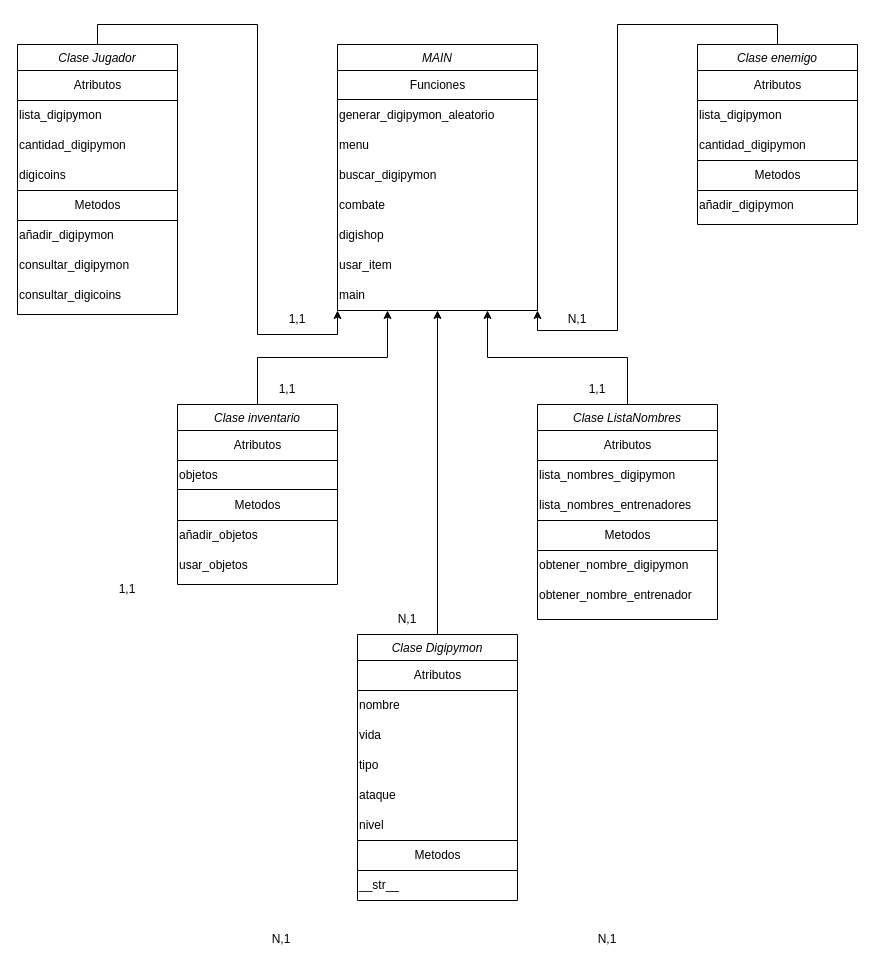
Earlier version of the draw.io diagram DiagramaFinal.drawio (fcb0007/Digipymon). Source tidied: cells renumbered, new cells numbered last; positions are measured from the earlier drawing's top-left corner, leaving out a move shared by most shapes. Both pictures are drawn from the tidied source at 100%, with x=0, y=0 at pixel (17, 44).
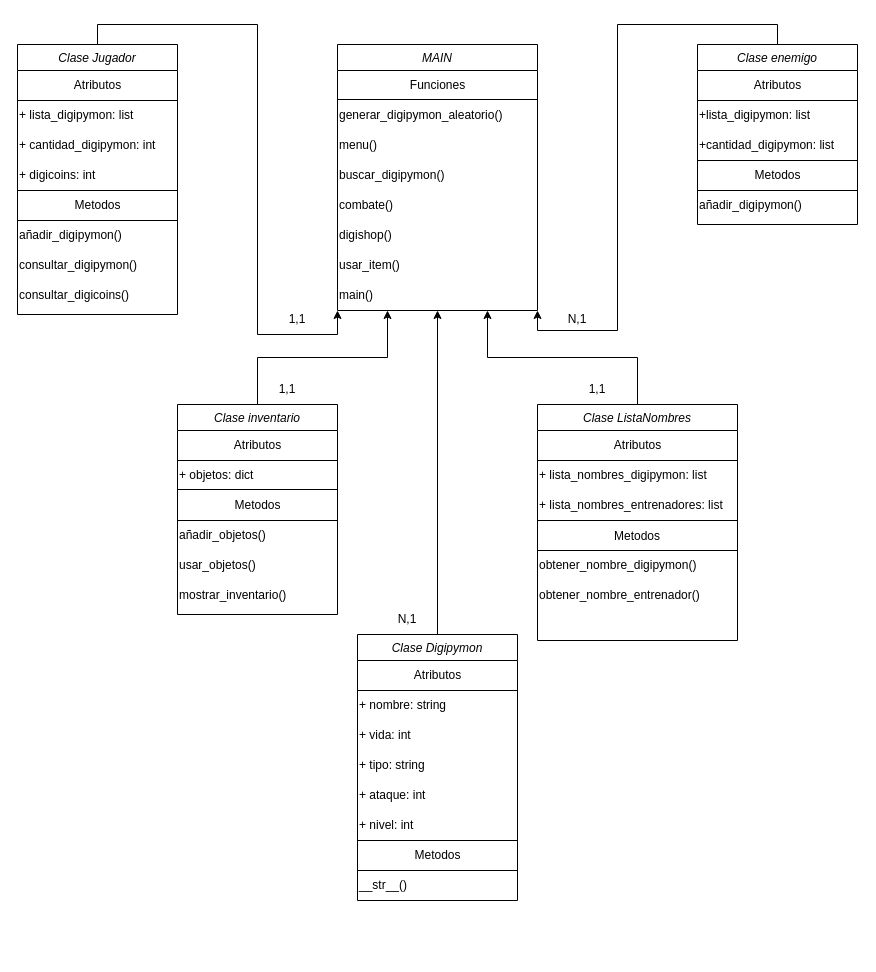
The same page after the edit.

Commit message (it also covers changes not shown here):
Finalización del proyecto

Unchanged cells that the change refers to:
```xml
<mxCell id="3" value="Clase Jugador" style="swimlane;fontStyle=2;align=center;verticalAlign=top;horizontal=1;startSize=26;rounded=0;shadow=0;strokeWidth=1;" parent="1" vertex="1">
  <mxGeometry width="160" height="270" as="geometry" />
</mxCell>
<mxCell id="15" value="MAIN" style="swimlane;fontStyle=2;align=center;verticalAlign=top;horizontal=1;startSize=26;rounded=0;shadow=0;strokeWidth=1;" parent="1" vertex="1">
  <mxGeometry x="320" width="200" height="266" as="geometry" />
</mxCell>
<mxCell id="26" value="Clase enemigo" style="swimlane;fontStyle=2;align=center;verticalAlign=top;horizontal=1;startSize=26;rounded=0;shadow=0;strokeWidth=1;" parent="1" vertex="1">
  <mxGeometry x="680" width="160" height="180" as="geometry" />
</mxCell>
<mxCell id="46" value="Clase Digipymon" style="swimlane;fontStyle=2;align=center;verticalAlign=top;horizontal=1;startSize=26;rounded=0;shadow=0;strokeWidth=1;" parent="1" vertex="1">
  <mxGeometry x="340" y="590" width="160" height="266" as="geometry" />
</mxCell>
```

The edit, as a diff of the source:
```diff
@@
-    <mxCell id="5" value="lista_digipymon" style="text;html=1;align=left;verticalAlign=middle;whiteSpace=wrap;rounded=0;" parent="3" vertex="1">
+    <mxCell id="5" value="+ lista_digipymon: list" style="text;html=1;align=left;verticalAlign=middle;whiteSpace=wrap;rounded=0;" parent="3" vertex="1">
       <mxGeometry y="56" width="160" height="30" as="geometry" />
     </mxCell>
-    <mxCell id="6" value="cantidad_digipymon" style="text;html=1;align=left;verticalAlign=middle;whiteSpace=wrap;rounded=0;" parent="3" vertex="1">
+    <mxCell id="6" value="+ cantidad_digipymon: int" style="text;html=1;align=left;verticalAlign=middle;whiteSpace=wrap;rounded=0;" parent="3" vertex="1">
       <mxGeometry y="86" width="160" height="30" as="geometry" />
     </mxCell>
-    <mxCell id="7" value="digicoins" style="text;html=1;align=left;verticalAlign=middle;whiteSpace=wrap;rounded=0;" parent="3" vertex="1">
+    <mxCell id="7" value="+ digicoins: int" style="text;html=1;align=left;verticalAlign=middle;whiteSpace=wrap;rounded=0;" parent="3" vertex="1">
       <mxGeometry y="116" width="160" height="30" as="geometry" />
     </mxCell>
@@
-    <mxCell id="12" value="añadir_digipymon" style="text;html=1;align=left;verticalAlign=middle;whiteSpace=wrap;rounded=0;" parent="3" vertex="1">
+    <mxCell id="12" value="añadir_digipymon()" style="text;html=1;align=left;verticalAlign=middle;whiteSpace=wrap;rounded=0;" parent="3" vertex="1">
       <mxGeometry y="176" width="160" height="30" as="geometry" />
     </mxCell>
-    <mxCell id="13" value="consultar_digipymon" style="text;html=1;align=left;verticalAlign=middle;whiteSpace=wrap;rounded=0;" parent="3" vertex="1">
+    <mxCell id="13" value="consultar_digipymon()" style="text;html=1;align=left;verticalAlign=middle;whiteSpace=wrap;rounded=0;" parent="3" vertex="1">
       <mxGeometry y="206" width="160" height="30" as="geometry" />
     </mxCell>
-    <mxCell id="14" value="consultar_digicoins" style="text;html=1;align=left;verticalAlign=middle;whiteSpace=wrap;rounded=0;" parent="3" vertex="1">
+    <mxCell id="14" value="consultar_digicoins()" style="text;html=1;align=left;verticalAlign=middle;whiteSpace=wrap;rounded=0;" parent="3" vertex="1">
       <mxGeometry y="236" width="160" height="30" as="geometry" />
     </mxCell>
@@
-    <mxCell id="18" value="generar_digipymon_aleatorio" style="text;html=1;align=left;verticalAlign=middle;whiteSpace=wrap;rounded=0;" parent="15" vertex="1">
+    <mxCell id="18" value="generar_digipymon_aleatorio()" style="text;html=1;align=left;verticalAlign=middle;whiteSpace=wrap;rounded=0;" parent="15" vertex="1">
       <mxGeometry y="56" width="200" height="30" as="geometry" />
     </mxCell>
-    <mxCell id="19" value="menu" style="text;html=1;align=left;verticalAlign=middle;whiteSpace=wrap;rounded=0;" parent="15" vertex="1">
+    <mxCell id="19" value="menu()" style="text;html=1;align=left;verticalAlign=middle;whiteSpace=wrap;rounded=0;" parent="15" vertex="1">
       <mxGeometry y="86" width="200" height="30" as="geometry" />
     </mxCell>
-    <mxCell id="20" value="buscar_digipymon" style="text;html=1;align=left;verticalAlign=middle;whiteSpace=wrap;rounded=0;" parent="15" vertex="1">
+    <mxCell id="20" value="buscar_digipymon()" style="text;html=1;align=left;verticalAlign=middle;whiteSpace=wrap;rounded=0;" parent="15" vertex="1">
       <mxGeometry y="116" width="200" height="30" as="geometry" />
     </mxCell>
-    <mxCell id="21" value="combate" style="text;html=1;align=left;verticalAlign=middle;whiteSpace=wrap;rounded=0;" parent="15" vertex="1">
+    <mxCell id="21" value="combate()" style="text;html=1;align=left;verticalAlign=middle;whiteSpace=wrap;rounded=0;" parent="15" vertex="1">
       <mxGeometry y="146" width="200" height="30" as="geometry" />
     </mxCell>
-    <mxCell id="22" value="digishop" style="text;html=1;align=left;verticalAlign=middle;whiteSpace=wrap;rounded=0;" parent="15" vertex="1">
+    <mxCell id="22" value="digishop()" style="text;html=1;align=left;verticalAlign=middle;whiteSpace=wrap;rounded=0;" parent="15" vertex="1">
       <mxGeometry y="176" width="200" height="30" as="geometry" />
     </mxCell>
-    <mxCell id="23" value="usar_item" style="text;html=1;align=left;verticalAlign=middle;whiteSpace=wrap;rounded=0;" parent="15" vertex="1">
+    <mxCell id="23" value="usar_item()" style="text;html=1;align=left;verticalAlign=middle;whiteSpace=wrap;rounded=0;" parent="15" vertex="1">
       <mxGeometry y="206" width="200" height="30" as="geometry" />
     </mxCell>
-    <mxCell id="24" value="main" style="text;html=1;align=left;verticalAlign=middle;whiteSpace=wrap;rounded=0;" parent="15" vertex="1">
+    <mxCell id="24" value="main()" style="text;html=1;align=left;verticalAlign=middle;whiteSpace=wrap;rounded=0;" parent="15" vertex="1">
       <mxGeometry y="236" width="200" height="30" as="geometry" />
     </mxCell>
@@
-    <mxCell id="28" value="lista_digipymon" style="text;html=1;align=left;verticalAlign=middle;whiteSpace=wrap;rounded=0;" parent="26" vertex="1">
+    <mxCell id="28" value="+lista_digipymon: list" style="text;html=1;align=left;verticalAlign=middle;whiteSpace=wrap;rounded=0;" parent="26" vertex="1">
       <mxGeometry y="56" width="160" height="30" as="geometry" />
     </mxCell>
-    <mxCell id="29" value="cantidad_digipymon" style="text;html=1;align=left;verticalAlign=middle;whiteSpace=wrap;rounded=0;" parent="26" vertex="1">
+    <mxCell id="29" value="+cantidad_digipymon: list" style="text;html=1;align=left;verticalAlign=middle;whiteSpace=wrap;rounded=0;" parent="26" vertex="1">
       <mxGeometry y="86" width="160" height="30" as="geometry" />
     </mxCell>
@@
-    <mxCell id="34" value="añadir_digipymon" style="text;html=1;align=left;verticalAlign=middle;whiteSpace=wrap;rounded=0;" parent="26" vertex="1">
+    <mxCell id="34" value="añadir_digipymon()" style="text;html=1;align=left;verticalAlign=middle;whiteSpace=wrap;rounded=0;" parent="26" vertex="1">
       <mxGeometry y="146" width="160" height="30" as="geometry" />
     </mxCell>
@@
     <mxCell id="36" value="Clase inventario" style="swimlane;fontStyle=2;align=center;verticalAlign=top;horizontal=1;startSize=26;rounded=0;shadow=0;strokeWidth=1;" parent="1" vertex="1">
-      <mxGeometry x="160" y="360" width="160" height="180" as="geometry" />
+      <mxGeometry x="160" y="360" width="160" height="210" as="geometry" />
     </mxCell>
@@
-    <mxCell id="38" value="objetos" style="text;html=1;align=left;verticalAlign=middle;whiteSpace=wrap;rounded=0;" parent="36" vertex="1">
+    <mxCell id="38" value="+ objetos: dict" style="text;html=1;align=left;verticalAlign=middle;whiteSpace=wrap;rounded=0;" parent="36" vertex="1">
       <mxGeometry y="56" width="160" height="30" as="geometry" />
     </mxCell>
@@
-    <mxCell id="43" value="añadir_objetos" style="text;html=1;align=left;verticalAlign=middle;whiteSpace=wrap;rounded=0;" parent="36" vertex="1">
+    <mxCell id="43" value="añadir_objetos()" style="text;html=1;align=left;verticalAlign=middle;whiteSpace=wrap;rounded=0;" parent="36" vertex="1">
       <mxGeometry y="116" width="160" height="30" as="geometry" />
     </mxCell>
-    <mxCell id="44" value="usar_objetos" style="text;html=1;align=left;verticalAlign=middle;whiteSpace=wrap;rounded=0;" parent="36" vertex="1">
+    <mxCell id="44" value="usar_objetos()" style="text;html=1;align=left;verticalAlign=middle;whiteSpace=wrap;rounded=0;" parent="36" vertex="1">
       <mxGeometry y="146" width="160" height="30" as="geometry" />
     </mxCell>
+    <mxCell id="77" value="mostrar_inventario()" style="text;html=1;align=left;verticalAlign=middle;whiteSpace=wrap;rounded=0;" parent="36" vertex="1">
+      <mxGeometry y="176" width="160" height="30" as="geometry" />
+    </mxCell>
@@
-    <mxCell id="49" value="nombre" style="text;html=1;align=left;verticalAlign=middle;whiteSpace=wrap;rounded=0;" parent="46" vertex="1">
+    <mxCell id="49" value="+ nombre: string" style="text;html=1;align=left;verticalAlign=middle;whiteSpace=wrap;rounded=0;" parent="46" vertex="1">
       <mxGeometry y="56" width="160" height="30" as="geometry" />
     </mxCell>
-    <mxCell id="50" value="vida" style="text;html=1;align=left;verticalAlign=middle;whiteSpace=wrap;rounded=0;" parent="46" vertex="1">
+    <mxCell id="50" value="+ vida: int" style="text;html=1;align=left;verticalAlign=middle;whiteSpace=wrap;rounded=0;" parent="46" vertex="1">
       <mxGeometry y="86" width="160" height="30" as="geometry" />
     </mxCell>
-    <mxCell id="51" value="tipo" style="text;html=1;align=left;verticalAlign=middle;whiteSpace=wrap;rounded=0;" parent="46" vertex="1">
+    <mxCell id="51" value="+ tipo: string" style="text;html=1;align=left;verticalAlign=middle;whiteSpace=wrap;rounded=0;" parent="46" vertex="1">
       <mxGeometry y="116" width="160" height="30" as="geometry" />
     </mxCell>
-    <mxCell id="52" value="ataque" style="text;html=1;align=left;verticalAlign=middle;whiteSpace=wrap;rounded=0;" parent="46" vertex="1">
+    <mxCell id="52" value="+ ataque: int" style="text;html=1;align=left;verticalAlign=middle;whiteSpace=wrap;rounded=0;" parent="46" vertex="1">
       <mxGeometry y="146" width="160" height="30" as="geometry" />
     </mxCell>
-    <mxCell id="53" value="nivel" style="text;html=1;align=left;verticalAlign=middle;whiteSpace=wrap;rounded=0;" parent="46" vertex="1">
+    <mxCell id="53" value="+ nivel: int" style="text;html=1;align=left;verticalAlign=middle;whiteSpace=wrap;rounded=0;" parent="46" vertex="1">
       <mxGeometry y="176" width="160" height="30" as="geometry" />
     </mxCell>
@@
-    <mxCell id="57" value="__str__" style="text;html=1;align=left;verticalAlign=middle;strokeColor=none;fillColor=none;" parent="46" vertex="1">
+    <mxCell id="57" value="__str__()" style="text;html=1;align=left;verticalAlign=middle;strokeColor=none;fillColor=none;" parent="46" vertex="1">
       <mxGeometry y="236" width="160" height="30" as="geometry" />
     </mxCell>
@@
     <mxCell id="59" value="Clase ListaNombres" style="swimlane;fontStyle=2;align=center;verticalAlign=top;horizontal=1;startSize=26;rounded=0;shadow=0;strokeWidth=1;" parent="1" vertex="1">
-      <mxGeometry x="520" y="360" width="180" height="215" as="geometry" />
+      <mxGeometry x="520" y="360" width="200" height="236" as="geometry" />
     </mxCell>
     <mxCell id="60" value="Atributos" style="text;html=1;align=center;verticalAlign=middle;strokeColor=none;fillColor=none;" parent="59" vertex="1">
-      <mxGeometry y="26" width="180" height="30" as="geometry" />
+      <mxGeometry y="26" width="200" height="30" as="geometry" />
     </mxCell>
-    <mxCell id="61" value="lista_nombres_digipymon" style="text;html=1;align=left;verticalAlign=middle;whiteSpace=wrap;rounded=0;" parent="59" vertex="1">
-      <mxGeometry y="56" width="180" height="30" as="geometry" />
+    <mxCell id="61" value="+ lista_nombres_digipymon: list" style="text;html=1;align=left;verticalAlign=middle;whiteSpace=wrap;rounded=0;" parent="59" vertex="1">
+      <mxGeometry y="56" width="200" height="30" as="geometry" />
     </mxCell>
-    <mxCell id="62" value="lista_nombres_entrenadores" style="text;html=1;align=left;verticalAlign=middle;whiteSpace=wrap;rounded=0;" parent="59" vertex="1">
-      <mxGeometry y="86" width="180" height="30" as="geometry" />
+    <mxCell id="62" value="+ lista_nombres_entrenadores: list" style="text;html=1;align=left;verticalAlign=middle;whiteSpace=wrap;rounded=0;" parent="59" vertex="1">
+      <mxGeometry y="86" width="200" height="30" as="geometry" />
     </mxCell>
@@
+    <mxCell id="66" style="endArrow=none;html=1;rounded=0;exitX=0;exitY=0;exitDx=0;exitDy=0;entryX=1;entryY=0;entryDx=0;entryDy=0;" parent="59" edge="1">
+      <mxGeometry relative="1" as="geometry">
+        <mxPoint y="146" as="sourcePoint" />
+        <mxPoint x="180" y="146" as="targetPoint" />
+      </mxGeometry>
+    </mxCell>
-    <mxCell id="65" value="Metodos" style="text;html=1;align=center;verticalAlign=middle;strokeColor=none;fillColor=none;" parent="59" vertex="1">
-      <mxGeometry y="116" width="180" height="30" as="geometry" />
+    <mxCell id="65" value="Metodos" style="%3CmxGraphModel%3E%3Croot%3E%3CmxCell%20id%3D%220%22%2F%3E%3CmxCell%20id%3D%221%22%20parent%3D%220%22%2F%3E%3CmxCell%20id%3D%222%22%20value%3D%22Atributos%22%20style%3D%22text%3Bhtml%3D1%3Balign%3Dcenter%3BverticalAlign%3Dmiddle%3Bresizable%3D0%3Bpoints%3D%5B%5D%3Bautosize%3D1%3BstrokeColor%3Dnone%3BfillColor%3Dnone%3B%22%20vertex%3D%221%22%20parent%3D%221%22%3E%3CmxGeometry%20x%3D%22640%22%20y%3D%22416%22%20width%3D%22200%22%20height%3D%2230%22%20as%3D%22geometry%22%2F%3E%3C%2FmxCell%3E%3C%2Froot%3E%3C%2FmxGraphModel%3E;align=center;verticalAlign=middle;fontFamily=Helvetica;fontSize=12;fontColor=default;fillColor=none;gradientColor=none;" parent="59" vertex="1">
+      <mxGeometry y="116" width="200" height="30" as="geometry" />
     </mxCell>
-    <mxCell id="66" style="endArrow=none;html=1;rounded=0;exitX=0;exitY=0;exitDx=0;exitDy=0;entryX=1;entryY=0;entryDx=0;entryDy=0;" parent="59" edge="1">
-      <mxGeometry relative="1" as="geometry">
-        <mxPoint y="146" as="sourcePoint" />
-        <mxPoint x="180" y="146" as="targetPoint" />
-      </mxGeometry>
-    </mxCell>
-    <mxCell id="67" value="obtener_nombre_digipymon" style="text;html=1;align=left;verticalAlign=middle;strokeColor=none;fillColor=none;" parent="59" vertex="1">
-      <mxGeometry y="146" width="180" height="30" as="geometry" />
+    <mxCell id="67" value="obtener_nombre_digipymon()" style="text;html=1;align=left;verticalAlign=middle;strokeColor=none;fillColor=none;" parent="59" vertex="1">
+      <mxGeometry y="146" width="200" height="30" as="geometry" />
     </mxCell>
-    <mxCell id="68" value="obtener_nombre_entrenador" style="text;html=1;align=left;verticalAlign=middle;strokeColor=none;fillColor=none;" parent="59" vertex="1">
-      <mxGeometry y="176" width="180" height="30" as="geometry" />
+    <mxCell id="68" value="obtener_nombre_entrenador()" style="text;html=1;align=left;verticalAlign=middle;strokeColor=none;fillColor=none;" parent="59" vertex="1">
+      <mxGeometry y="176" width="200" height="30" as="geometry" />
     </mxCell>
@@
-    <mxCell id="74" value="1,1" style="text;html=1;align=center;verticalAlign=middle;whiteSpace=wrap;rounded=0;" parent="1" vertex="1">
-      <mxGeometry x="80" y="530" width="60" height="30" as="geometry" />
-    </mxCell>
-    <mxCell id="75" value="N,1" style="text;html=1;align=center;verticalAlign=middle;whiteSpace=wrap;rounded=0;" parent="1" vertex="1">
-      <mxGeometry x="234" y="880" width="60" height="30" as="geometry" />
-    </mxCell>
-    <mxCell id="76" value="N,1" style="text;html=1;align=center;verticalAlign=middle;whiteSpace=wrap;rounded=0;" parent="1" vertex="1">
-      <mxGeometry x="560" y="880" width="60" height="30" as="geometry" />
-    </mxCell>
```
